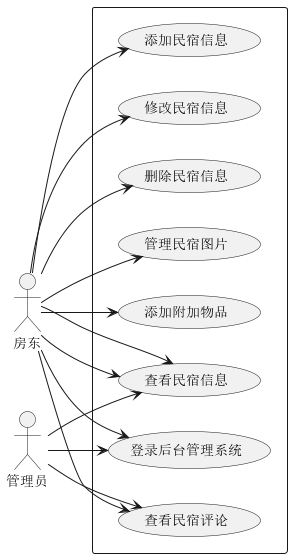
This is src/main/resources/puml图片/用例/民宿管理模块.png from will-liao/homestay, a PlantUML export, as it was before one commit.
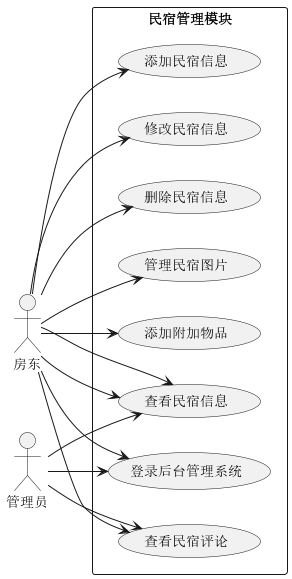
After the commit.

Diff of the diagram source:
```diff
@@ -3,7 +3,7 @@
 skinparam packageStyle rectangle
 actor 房东
 actor 管理员
-rectangle {
+rectangle 民宿管理模块{
   房东 --> (添加民宿信息)
   房东 --> (修改民宿信息)
   房东 --> (查看民宿信息)
```
